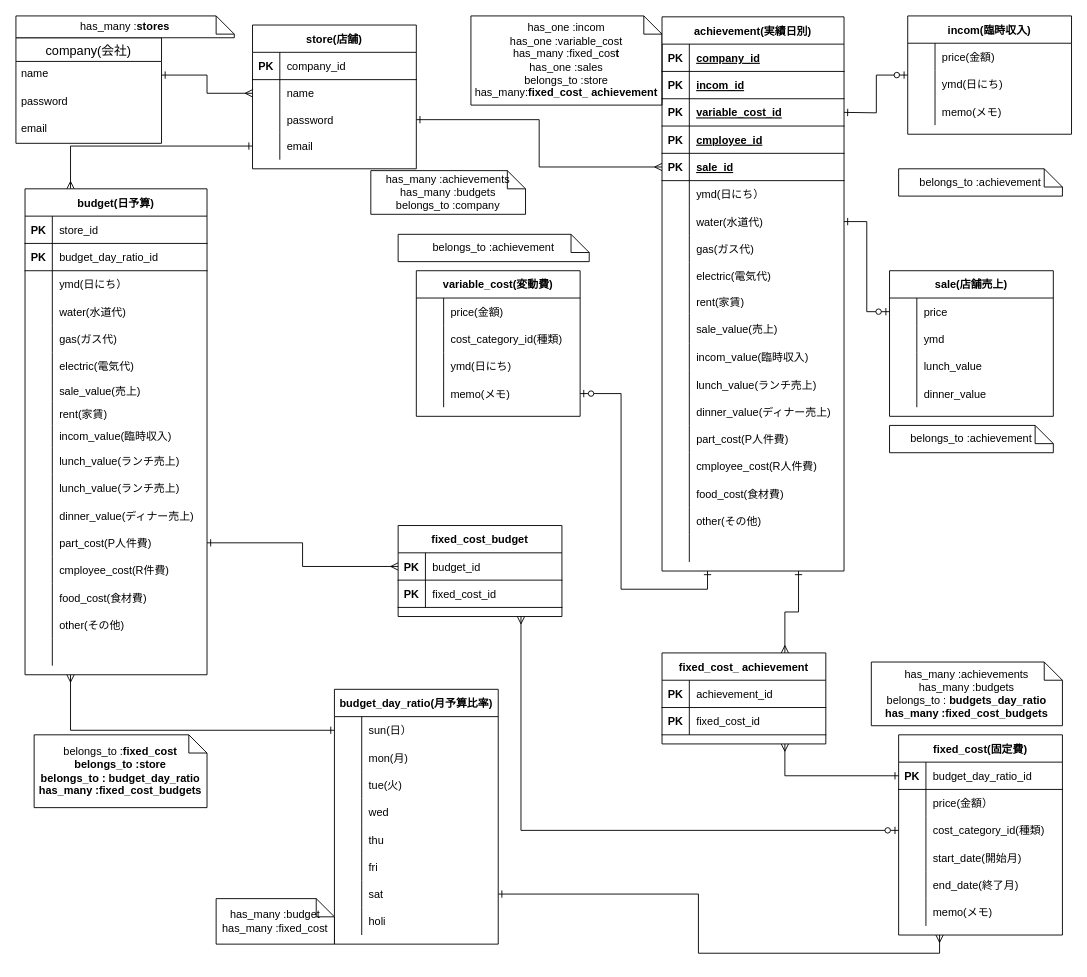
yanagi0306/profit_loss keeps this draw.io diagram as ER図.dio. Above is the earlier version. Source tidied: cells renumbered, new cells numbered last; positions are measured from the earlier drawing's top-left corner, leaving out a move shared by most shapes. Both pictures are drawn from the tidied source at 91%, with x=0, y=0 at pixel (15, 15).
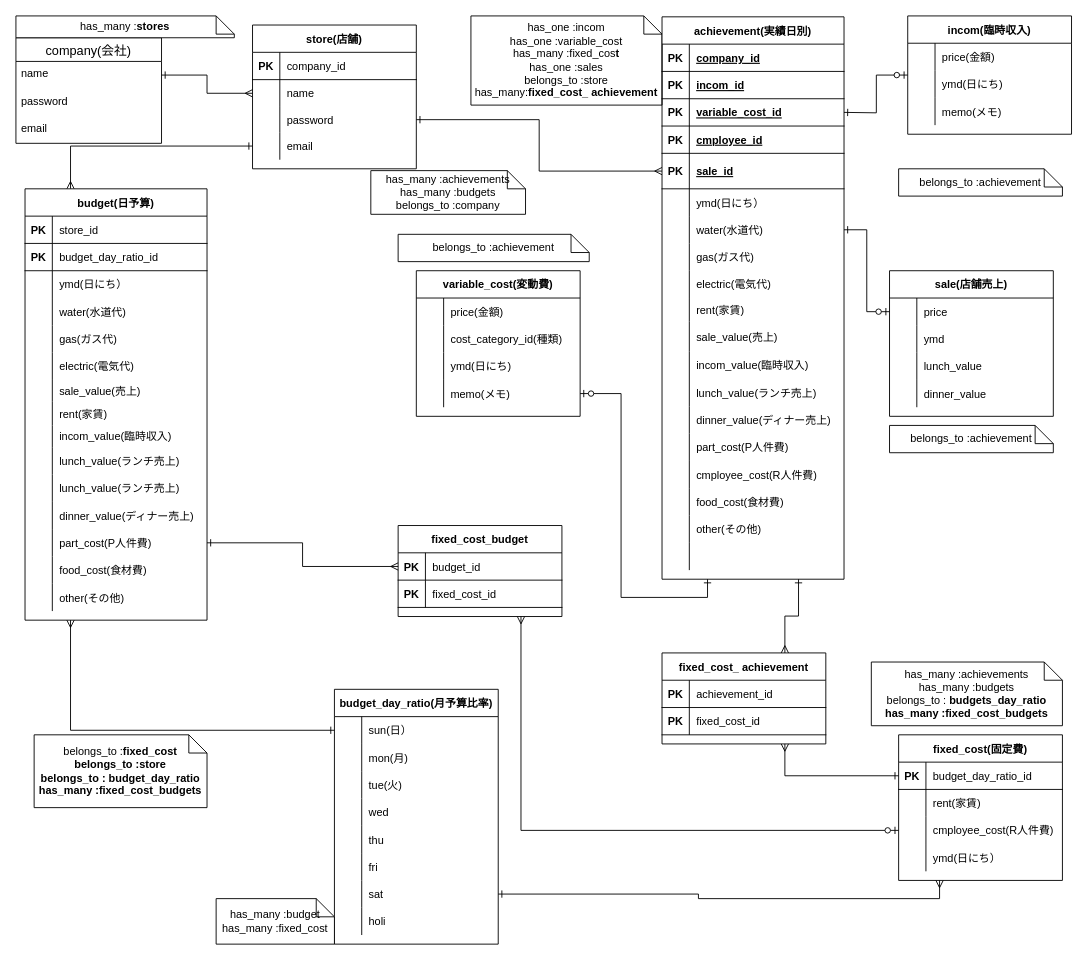
Above is the later version.

Unchanged cells that the change refers to:
```xml
<mxCell id="213" style="shape=partialRectangle;fillColor=none;top=0;left=0;bottom=0;right=0;" parent="209" vertex="1">
  <mxGeometry y="60" width="180" height="30" as="geometry" />
</mxCell>
<mxCell id="216" style="shape=partialRectangle;fillColor=none;top=0;left=0;bottom=0;right=0;points=[[0,0.5],[1,0.5]];portConstraint=eastwest;" parent="209" vertex="1">
  <mxGeometry y="90" width="180" height="30" as="geometry" />
</mxCell>
<mxCell id="219" style="shape=partialRectangle;fillColor=none;top=0;left=0;bottom=0;right=0;" parent="209" vertex="1">
  <mxGeometry y="120" width="180" height="30" as="geometry" />
</mxCell>
```

What changed in the source:
```diff
@@
     <mxCell id="53" value="achievement(実績日別)" style="shape=table;startSize=30;childLayout=tableLayout;rowLines=0;fontStyle=1;align=center;" parent="1" vertex="1">
-      <mxGeometry x="710" y="1" width="200" height="609" as="geometry" />
+      <mxGeometry x="710" y="1" width="200" height="618" as="geometry" />
     </mxCell>
@@
     <mxCell id="66" style="shape=partialRectangle;fillColor=none;top=0;left=0;bottom=1;right=0;points=[[0,0.5],[1,0.5]];portConstraint=eastwest;" parent="53" vertex="1">
-      <mxGeometry y="150" width="200" height="30" as="geometry" />
+      <mxGeometry y="150" width="200" height="39" as="geometry" />
     </mxCell>
     <mxCell id="67" value="PK" style="shape=partialRectangle;fillColor=none;top=0;left=0;bottom=0;right=0;fontStyle=1;overflow=hidden;" parent="66" vertex="1">
-      <mxGeometry width="30" height="30" as="geometry" />
+      <mxGeometry width="30" height="39" as="geometry" />
     </mxCell>
     <mxCell id="68" value="sale_id" style="shape=partialRectangle;fillColor=none;top=0;left=0;bottom=0;right=0;align=left;spacingLeft=6;fontStyle=5;overflow=hidden;" parent="66" vertex="1">
-      <mxGeometry x="30" width="170" height="30" as="geometry" />
+      <mxGeometry x="30" width="170" height="39" as="geometry" />
     </mxCell>
     <mxCell id="69" style="shape=partialRectangle;fillColor=none;top=0;left=0;bottom=0;right=0;" parent="53" vertex="1">
-      <mxGeometry y="180" width="200" height="30" as="geometry" />
+      <mxGeometry y="189" width="200" height="30" as="geometry" />
     </mxCell>
@@
     <mxCell id="72" style="shape=partialRectangle;fillColor=none;top=0;left=0;bottom=0;right=0;points=[[0,0.5],[1,0.5]];portConstraint=eastwest;" parent="53" vertex="1">
-      <mxGeometry y="210" width="200" height="30" as="geometry" />
+      <mxGeometry y="219" width="200" height="30" as="geometry" />
     </mxCell>
@@
     <mxCell id="75" style="shape=partialRectangle;fillColor=none;top=0;left=0;bottom=0;right=0;" parent="53" vertex="1">
-      <mxGeometry y="240" width="200" height="30" as="geometry" />
+      <mxGeometry y="249" width="200" height="30" as="geometry" />
     </mxCell>
@@
     <mxCell id="78" style="shape=partialRectangle;fillColor=none;top=0;left=0;bottom=0;right=0;" parent="53" vertex="1">
-      <mxGeometry y="270" width="200" height="30" as="geometry" />
+      <mxGeometry y="279" width="200" height="30" as="geometry" />
     </mxCell>
@@
     <mxCell id="81" style="shape=partialRectangle;fillColor=none;top=0;left=0;bottom=0;right=0;" parent="53" vertex="1">
-      <mxGeometry y="300" width="200" height="26" as="geometry" />
+      <mxGeometry y="309" width="200" height="26" as="geometry" />
     </mxCell>
@@
     <mxCell id="84" style="shape=partialRectangle;fillColor=none;top=0;left=0;bottom=0;right=0;" parent="53" vertex="1">
-      <mxGeometry y="326" width="200" height="33" as="geometry" />
+      <mxGeometry y="335" width="200" height="33" as="geometry" />
     </mxCell>
@@
     <mxCell id="87" style="shape=partialRectangle;fillColor=none;top=0;left=0;bottom=0;right=0;" parent="53" vertex="1">
-      <mxGeometry y="359" width="200" height="30" as="geometry" />
+      <mxGeometry y="368" width="200" height="30" as="geometry" />
     </mxCell>
@@
     <mxCell id="90" style="shape=partialRectangle;fillColor=none;top=0;left=0;bottom=0;right=0;" parent="53" vertex="1">
-      <mxGeometry y="389" width="200" height="30" as="geometry" />
+      <mxGeometry y="398" width="200" height="30" as="geometry" />
     </mxCell>
@@
     <mxCell id="93" style="shape=partialRectangle;fillColor=none;top=0;left=0;bottom=0;right=0;" parent="53" vertex="1">
-      <mxGeometry y="419" width="200" height="30" as="geometry" />
+      <mxGeometry y="428" width="200" height="30" as="geometry" />
     </mxCell>
@@
     <mxCell id="96" style="shape=partialRectangle;fillColor=none;top=0;left=0;bottom=0;right=0;" parent="53" vertex="1">
-      <mxGeometry y="449" width="200" height="30" as="geometry" />
+      <mxGeometry y="458" width="200" height="30" as="geometry" />
     </mxCell>
@@
     <mxCell id="99" style="shape=partialRectangle;fillColor=none;top=0;left=0;bottom=0;right=0;" parent="53" vertex="1">
-      <mxGeometry y="479" width="200" height="30" as="geometry" />
+      <mxGeometry y="488" width="200" height="30" as="geometry" />
     </mxCell>
@@
     <mxCell id="102" style="shape=partialRectangle;fillColor=none;top=0;left=0;bottom=0;right=0;" parent="53" vertex="1">
-      <mxGeometry y="509" width="200" height="30" as="geometry" />
+      <mxGeometry y="518" width="200" height="30" as="geometry" />
     </mxCell>
@@
     <mxCell id="105" style="shape=partialRectangle;fillColor=none;top=0;left=0;bottom=0;right=0;" parent="53" vertex="1">
-      <mxGeometry y="539" width="200" height="30" as="geometry" />
+      <mxGeometry y="548" width="200" height="30" as="geometry" />
     </mxCell>
@@
     <mxCell id="108" style="shape=partialRectangle;fillColor=none;top=0;left=0;bottom=0;right=0;" parent="53" vertex="1">
-      <mxGeometry y="569" width="200" height="30" as="geometry" />
+      <mxGeometry y="578" width="200" height="30" as="geometry" />
     </mxCell>
@@
     <mxCell id="129" value="budget(日予算)" style="shape=table;startSize=30;childLayout=tableLayout;rowLines=0;fontStyle=1;align=center;" parent="1" vertex="1">
-      <mxGeometry x="10" y="190" width="200" height="534" as="geometry" />
+      <mxGeometry x="10" y="190" width="200" height="474" as="geometry" />
     </mxCell>
@@
-    <mxCell id="169" style="shape=partialRectangle;fillColor=none;top=0;left=0;bottom=0;right=0;" parent="129" vertex="1">
-      <mxGeometry y="404" width="200" height="30" as="geometry" />
-    </mxCell>
-    <mxCell id="170" style="shape=partialRectangle;fillColor=none;top=0;left=0;bottom=0;right=0;overflow=hidden;" parent="169" vertex="1">
-      <mxGeometry width="30" height="30" as="geometry" />
-    </mxCell>
-    <mxCell id="171" value="cmployee_cost(R件費)" style="shape=partialRectangle;fillColor=none;top=0;left=0;bottom=0;right=0;align=left;spacingLeft=6;overflow=hidden;" parent="169" vertex="1">
-      <mxGeometry x="30" width="170" height="30" as="geometry" />
-    </mxCell>
     <mxCell id="172" style="shape=partialRectangle;fillColor=none;top=0;left=0;bottom=0;right=0;" parent="129" vertex="1">
-      <mxGeometry y="434" width="200" height="30" as="geometry" />
+      <mxGeometry y="404" width="200" height="30" as="geometry" />
     </mxCell>
@@
     <mxCell id="175" style="shape=partialRectangle;fillColor=none;top=0;left=0;bottom=0;right=0;" parent="129" vertex="1">
-      <mxGeometry y="464" width="200" height="30" as="geometry" />
+      <mxGeometry y="434" width="200" height="30" as="geometry" />
     </mxCell>
@@
-    <mxCell id="178" style="shape=partialRectangle;fillColor=none;top=0;left=0;bottom=0;right=0;" parent="129" vertex="1">
-      <mxGeometry y="494" width="200" height="30" as="geometry" />
-    </mxCell>
-    <mxCell id="179" style="shape=partialRectangle;fillColor=none;top=0;left=0;bottom=0;right=0;overflow=hidden;" parent="178" vertex="1">
-      <mxGeometry width="30" height="30" as="geometry" />
-    </mxCell>
-    <mxCell id="180" style="shape=partialRectangle;fillColor=none;top=0;left=0;bottom=0;right=0;align=left;spacingLeft=6;overflow=hidden;" parent="178" vertex="1">
-      <mxGeometry x="30" width="170" height="30" as="geometry" />
-    </mxCell>
@@
     <mxCell id="209" value="fixed_cost(固定費)" style="shape=table;startSize=30;childLayout=tableLayout;rowLines=0;fontStyle=1;align=center;" parent="1" vertex="1">
-      <mxGeometry x="970" y="790" width="180" height="220" as="geometry" />
+      <mxGeometry x="970" y="790" width="180" height="160" as="geometry" />
     </mxCell>
@@
-    <mxCell id="215" value="price(金額）" style="shape=partialRectangle;fillColor=none;top=0;left=0;bottom=0;right=0;align=left;spacingLeft=6;overflow=hidden;" parent="213" vertex="1">
+    <mxCell id="215" value="rent(家賃)" style="shape=partialRectangle;fillColor=none;top=0;left=0;bottom=0;right=0;align=left;spacingLeft=6;overflow=hidden;" parent="213" vertex="1">
       <mxGeometry x="30" width="150" height="30" as="geometry" />
     </mxCell>
@@
-    <mxCell id="218" value="cost_category_id(種類)" style="shape=partialRectangle;fillColor=none;top=0;left=0;bottom=0;right=0;align=left;spacingLeft=6;overflow=hidden;" parent="216" vertex="1">
+    <mxCell id="218" value="cmployee_cost(R人件費)" style="shape=partialRectangle;fillColor=none;top=0;left=0;bottom=0;right=0;align=left;spacingLeft=6;overflow=hidden;" parent="216" vertex="1">
       <mxGeometry x="30" width="150" height="30" as="geometry" />
     </mxCell>
@@
-    <mxCell id="221" value="start_date(開始月)" style="shape=partialRectangle;fillColor=none;top=0;left=0;bottom=0;right=0;align=left;spacingLeft=6;overflow=hidden;" parent="219" vertex="1">
+    <mxCell id="221" value="ymd(日にち）" style="shape=partialRectangle;fillColor=none;top=0;left=0;bottom=0;right=0;align=left;spacingLeft=6;overflow=hidden;" parent="219" vertex="1">
       <mxGeometry x="30" width="150" height="30" as="geometry" />
     </mxCell>
-    <mxCell id="222" style="shape=partialRectangle;fillColor=none;top=0;left=0;bottom=0;right=0;" parent="209" vertex="1">
-      <mxGeometry y="150" width="180" height="30" as="geometry" />
-    </mxCell>
-    <mxCell id="223" style="shape=partialRectangle;fillColor=none;top=0;left=0;bottom=0;right=0;overflow=hidden;" parent="222" vertex="1">
-      <mxGeometry width="30" height="30" as="geometry" />
-    </mxCell>
-    <mxCell id="224" value="end_date(終了月)" style="shape=partialRectangle;fillColor=none;top=0;left=0;bottom=0;right=0;align=left;spacingLeft=6;overflow=hidden;" parent="222" vertex="1">
-      <mxGeometry x="30" width="150" height="30" as="geometry" />
-    </mxCell>
-    <mxCell id="225" style="shape=partialRectangle;fillColor=none;top=0;left=0;bottom=0;right=0;" parent="209" vertex="1">
-      <mxGeometry y="180" width="180" height="30" as="geometry" />
-    </mxCell>
-    <mxCell id="226" style="shape=partialRectangle;fillColor=none;top=0;left=0;bottom=0;right=0;overflow=hidden;" parent="225" vertex="1">
-      <mxGeometry width="30" height="30" as="geometry" />
-    </mxCell>
-    <mxCell id="227" value="memo(メモ)" style="shape=partialRectangle;fillColor=none;top=0;left=0;bottom=0;right=0;align=left;spacingLeft=6;overflow=hidden;" parent="225" vertex="1">
-      <mxGeometry x="30" width="150" height="30" as="geometry" />
-    </mxCell>
```
